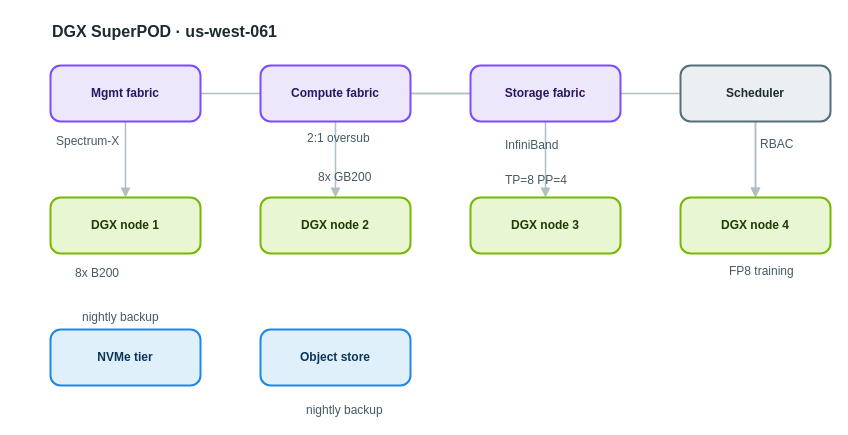
Above: apps/web/public/samples/library/061-dgx-superpod.drawio in AryanG01/open-apprentice (draw.io), before the change. Source tidied: cells renumbered, new cells numbered last; positions are measured from the earlier drawing's top-left corner, leaving out a move shared by most shapes. Both pictures are drawn from the tidied source at 100%, with x=0, y=0 at pixel (50, 17).
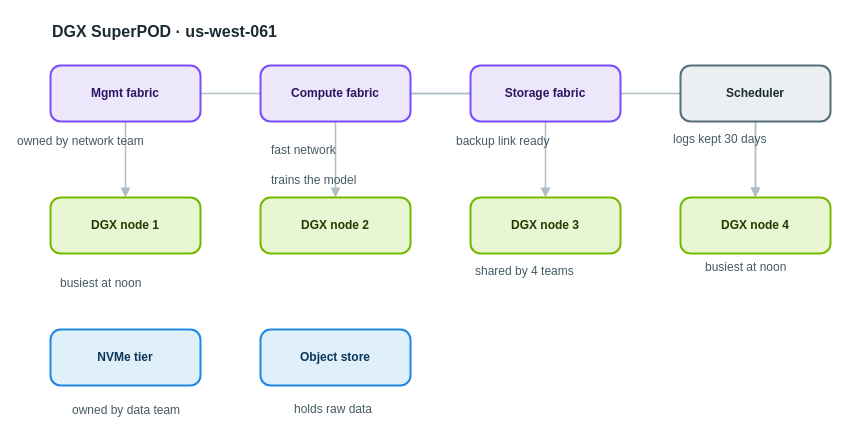
The same diagram, later.

The edit, as a diff of the source:
```diff
@@
-    <mxCell id="18" value="Spectrum-X" style="text;html=1;align=left;verticalAlign=top;whiteSpace=nowrap;spacing=0;spacingTop=0;strokeColor=none;fillColor=none;fontSize=12;fontColor=#455a64;" parent="1" vertex="1">
-      <mxGeometry x="6" y="112" width="82" height="20" as="geometry" />
+    <mxCell id="18" value="owned by network team" style="text;html=1;align=left;verticalAlign=top;whiteSpace=nowrap;spacing=0;spacingTop=0;strokeColor=none;fillColor=none;fontSize=12;fontColor=#455a64;" parent="1" vertex="1">
+      <mxGeometry x="-33" y="112" width="159" height="20" as="geometry" />
     </mxCell>
-    <mxCell id="19" value="2:1 oversub" style="text;html=1;align=left;verticalAlign=top;whiteSpace=nowrap;spacing=0;spacingTop=0;strokeColor=none;fillColor=none;fontSize=12;fontColor=#455a64;" parent="1" vertex="1">
-      <mxGeometry x="257" y="109" width="89" height="20" as="geometry" />
+    <mxCell id="19" value="fast network" style="text;html=1;align=left;verticalAlign=top;whiteSpace=nowrap;spacing=0;spacingTop=0;strokeColor=none;fillColor=none;fontSize=12;fontColor=#455a64;" parent="1" vertex="1">
+      <mxGeometry x="221" y="121" width="96" height="20" as="geometry" />
     </mxCell>
-    <mxCell id="20" value="InfiniBand" style="text;html=1;align=left;verticalAlign=top;whiteSpace=nowrap;spacing=0;spacingTop=0;strokeColor=none;fillColor=none;fontSize=12;fontColor=#455a64;" parent="1" vertex="1">
-      <mxGeometry x="455" y="116" width="82" height="20" as="geometry" />
+    <mxCell id="20" value="backup link ready" style="text;html=1;align=left;verticalAlign=top;whiteSpace=nowrap;spacing=0;spacingTop=0;strokeColor=none;fillColor=none;fontSize=12;fontColor=#455a64;" parent="1" vertex="1">
+      <mxGeometry x="406" y="112" width="131" height="20" as="geometry" />
     </mxCell>
-    <mxCell id="21" value="8x B200" style="text;html=1;align=left;verticalAlign=top;whiteSpace=nowrap;spacing=0;spacingTop=0;strokeColor=none;fillColor=none;fontSize=12;fontColor=#455a64;" parent="1" vertex="1">
-      <mxGeometry x="25" y="244" width="61" height="20" as="geometry" />
+    <mxCell id="21" value="busiest at noon" style="text;html=1;align=left;verticalAlign=top;whiteSpace=nowrap;spacing=0;spacingTop=0;strokeColor=none;fillColor=none;fontSize=12;fontColor=#455a64;" parent="1" vertex="1">
+      <mxGeometry x="10" y="254" width="117" height="20" as="geometry" />
     </mxCell>
-    <mxCell id="22" value="8x GB200" style="text;html=1;align=left;verticalAlign=top;whiteSpace=nowrap;spacing=0;spacingTop=0;strokeColor=none;fillColor=none;fontSize=12;fontColor=#455a64;" parent="1" vertex="1">
-      <mxGeometry x="268" y="148" width="68" height="20" as="geometry" />
+    <mxCell id="22" value="trains the model" style="text;html=1;align=left;verticalAlign=top;whiteSpace=nowrap;spacing=0;spacingTop=0;strokeColor=none;fillColor=none;fontSize=12;fontColor=#455a64;" parent="1" vertex="1">
+      <mxGeometry x="221" y="151" width="124" height="20" as="geometry" />
     </mxCell>
-    <mxCell id="23" value="TP=8 PP=4" style="text;html=1;align=left;verticalAlign=top;whiteSpace=nowrap;spacing=0;spacingTop=0;strokeColor=none;fillColor=none;fontSize=12;fontColor=#455a64;" parent="1" vertex="1">
-      <mxGeometry x="455" y="151" width="75" height="20" as="geometry" />
+    <mxCell id="23" value="shared by 4 teams" style="text;html=1;align=left;verticalAlign=top;whiteSpace=nowrap;spacing=0;spacingTop=0;strokeColor=none;fillColor=none;fontSize=12;fontColor=#455a64;" parent="1" vertex="1">
+      <mxGeometry x="425" y="242" width="131" height="20" as="geometry" />
     </mxCell>
-    <mxCell id="24" value="FP8 training" style="text;html=1;align=left;verticalAlign=top;whiteSpace=nowrap;spacing=0;spacingTop=0;strokeColor=none;fillColor=none;fontSize=12;fontColor=#455a64;" parent="1" vertex="1">
-      <mxGeometry x="679" y="242" width="96" height="20" as="geometry" />
+    <mxCell id="24" value="busiest at noon" style="text;html=1;align=left;verticalAlign=top;whiteSpace=nowrap;spacing=0;spacingTop=0;strokeColor=none;fillColor=none;fontSize=12;fontColor=#455a64;" parent="1" vertex="1">
+      <mxGeometry x="655" y="238" width="117" height="20" as="geometry" />
     </mxCell>
-    <mxCell id="25" value="nightly backup" style="text;html=1;align=left;verticalAlign=top;whiteSpace=nowrap;spacing=0;spacingTop=0;strokeColor=none;fillColor=none;fontSize=12;fontColor=#455a64;" parent="1" vertex="1">
-      <mxGeometry x="32" y="288" width="110" height="20" as="geometry" />
+    <mxCell id="25" value="owned by data team" style="text;html=1;align=left;verticalAlign=top;whiteSpace=nowrap;spacing=0;spacingTop=0;strokeColor=none;fillColor=none;fontSize=12;fontColor=#455a64;" parent="1" vertex="1">
+      <mxGeometry x="22" y="381" width="138" height="20" as="geometry" />
     </mxCell>
-    <mxCell id="26" value="nightly backup" style="text;html=1;align=left;verticalAlign=top;whiteSpace=nowrap;spacing=0;spacingTop=0;strokeColor=none;fillColor=none;fontSize=12;fontColor=#455a64;" parent="1" vertex="1">
-      <mxGeometry x="256" y="381" width="110" height="20" as="geometry" />
+    <mxCell id="26" value="holds raw data" style="text;html=1;align=left;verticalAlign=top;whiteSpace=nowrap;spacing=0;spacingTop=0;strokeColor=none;fillColor=none;fontSize=12;fontColor=#455a64;" parent="1" vertex="1">
+      <mxGeometry x="244" y="380" width="110" height="20" as="geometry" />
     </mxCell>
-    <mxCell id="27" value="RBAC" style="text;html=1;align=left;verticalAlign=top;whiteSpace=nowrap;spacing=0;spacingTop=0;strokeColor=none;fillColor=none;fontSize=12;fontColor=#455a64;" parent="1" vertex="1">
-      <mxGeometry x="710" y="115" width="40" height="20" as="geometry" />
+    <mxCell id="27" value="logs kept 30 days" style="text;html=1;align=left;verticalAlign=top;whiteSpace=nowrap;spacing=0;spacingTop=0;strokeColor=none;fillColor=none;fontSize=12;fontColor=#455a64;" parent="1" vertex="1">
+      <mxGeometry x="623" y="110" width="131" height="20" as="geometry" />
     </mxCell>
```
